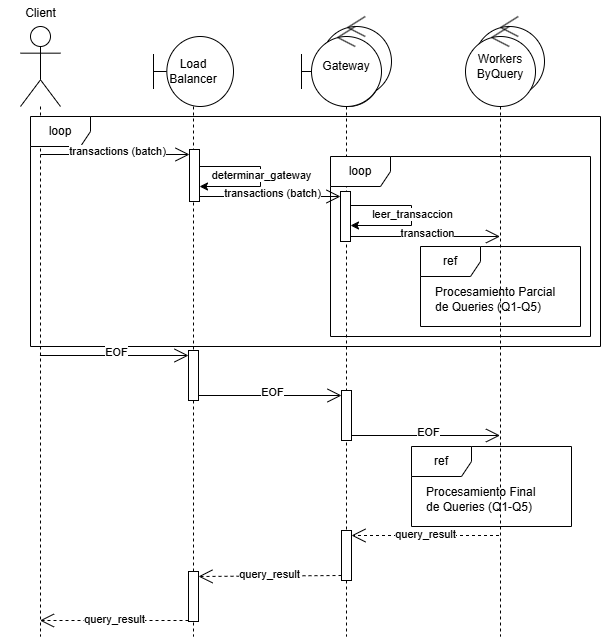
This is docs/diagramas/diagrama_secuencia.png from LucianaLarrosa/tp-distribuidos-moneylaundering, a draw.io export, as it was before one commit. Source tidied: cells renumbered, new cells last; positions are measured from the earlier drawing's top-left corner, leaving out a move shared by most shapes.
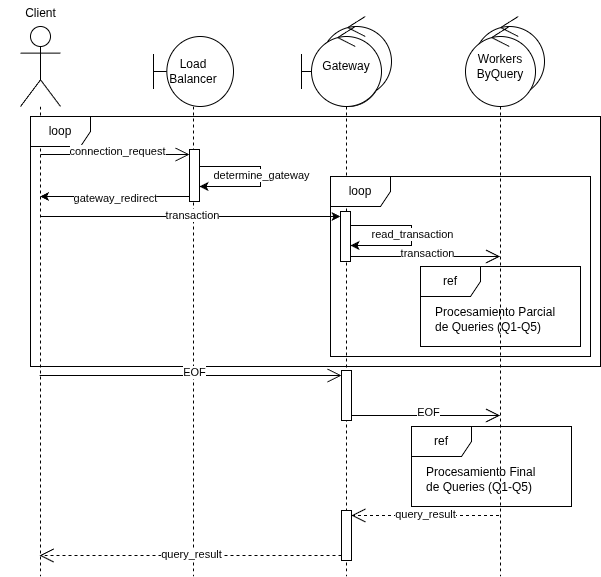
After the change.

Diff of the diagram source:
```diff
@@ -9,74 +9,84 @@
       <mxGeometry x="321" y="16" width="70" height="80" as="geometry" />
     </mxCell>
     <mxCell id="4" value=" " style="shape=umlLifeline;perimeter=lifelinePerimeter;whiteSpace=wrap;html=1;outlineConnect=0;portConstraint=eastwest;newEdgeStyle={&quot;curved&quot;:0,&quot;rounded&quot;:0};participant=umlActor;size=80;" parent="1" vertex="1">
-      <mxGeometry x="20" y="26" width="40" height="610" as="geometry" />
+      <mxGeometry x="20" y="26" width="40" height="550" as="geometry" />
     </mxCell>
     <mxCell id="5" value="&lt;span style=&quot;font-weight: normal;&quot;&gt;Client&lt;/span&gt;" style="text;align=center;fontStyle=1;verticalAlign=middle;spacingLeft=3;spacingRight=3;strokeColor=none;html=1;" parent="1" vertex="1">
       <mxGeometry width="80" height="26" as="geometry" />
     </mxCell>
     <mxCell id="6" value="&lt;font style=&quot;font-size: 12px;&quot;&gt;Gateway&lt;/font&gt;" style="shape=umlLifeline;perimeter=lifelinePerimeter;whiteSpace=wrap;html=1;newEdgeStyle={&quot;curved&quot;:0,&quot;rounded&quot;:0};participant=umlControl;fontSize=8;size=80;" parent="1" vertex="1">
-      <mxGeometry x="311" y="26" width="70" height="610" as="geometry" />
+      <mxGeometry x="311" y="26" width="70" height="550" as="geometry" />
     </mxCell>
     <mxCell id="7" style="html=1;points=[[0,0,0,0,5],[0,1,0,0,-5],[1,0,0,0,5],[1,1,0,0,-5]];perimeter=orthogonalPerimeter;outlineConnect=0;targetShapes=umlLifeline;portConstraint=eastwest;newEdgeStyle={&quot;curved&quot;:0,&quot;rounded&quot;:0};" parent="6" vertex="1">
-      <mxGeometry x="30" y="504" width="10" height="50" as="geometry" />
+      <mxGeometry x="30" y="484" width="10" height="50" as="geometry" />
     </mxCell>
     <mxCell id="8" style="html=1;points=[[0,0,0,0,5],[0,1,0,0,-5],[1,0,0,0,5],[1,1,0,0,-5]];perimeter=orthogonalPerimeter;outlineConnect=0;targetShapes=umlLifeline;portConstraint=eastwest;newEdgeStyle={&quot;curved&quot;:0,&quot;rounded&quot;:0};" parent="6" vertex="1">
-      <mxGeometry x="29" y="165" width="10" height="50" as="geometry" />
+      <mxGeometry x="29" y="185" width="10" height="50" as="geometry" />
     </mxCell>
     <mxCell id="9" style="edgeStyle=orthogonalEdgeStyle;rounded=0;orthogonalLoop=1;jettySize=auto;html=1;curved=0;" parent="6" edge="1">
       <mxGeometry relative="1" as="geometry">
-        <mxPoint x="39" y="179" as="sourcePoint" />
-        <mxPoint x="39" y="199" as="targetPoint" />
+        <mxPoint x="39" y="199" as="sourcePoint" />
+        <mxPoint x="39" y="219" as="targetPoint" />
         <Array as="points">
-          <mxPoint x="100" y="179" />
           <mxPoint x="100" y="199" />
+          <mxPoint x="100" y="219" />
         </Array>
       </mxGeometry>
     </mxCell>
-    <mxCell id="10" value="leer_transaccion" style="edgeLabel;html=1;align=center;verticalAlign=middle;" parent="9" vertex="1">
+    <mxCell id="10" value="read_transaction" style="edgeLabel;html=1;align=center;verticalAlign=middle;" parent="9" vertex="1">
       <mxGeometry x="-0.02" relative="1" as="geometry" />
     </mxCell>
     <mxCell id="11" value="&lt;font&gt;Load&lt;/font&gt;&lt;div&gt;&lt;font&gt;&lt;span style=&quot;background-color: transparent; color: light-dark(rgb(0, 0, 0), rgb(255, 255, 255));&quot;&gt;Balancer&lt;/span&gt;&lt;/font&gt;&lt;/div&gt;" style="shape=umlLifeline;perimeter=lifelinePerimeter;whiteSpace=wrap;html=1;newEdgeStyle={&quot;curved&quot;:0,&quot;rounded&quot;:0};participant=umlBoundary;size=70;align=center;verticalAlign=middle;" parent="1" vertex="1">
-      <mxGeometry x="153" y="36" width="80" height="600" as="geometry" />
+      <mxGeometry x="153" y="36" width="80" height="540" as="geometry" />
     </mxCell>
-    <mxCell id="12" style="html=1;points=[[0,0,0,0,5],[0,1,0,0,-5],[1,0,0,0,5],[1,1,0,0,-5]];perimeter=orthogonalPerimeter;outlineConnect=0;targetShapes=umlLifeline;portConstraint=eastwest;newEdgeStyle={&quot;curved&quot;:0,&quot;rounded&quot;:0};" parent="11" vertex="1">
-      <mxGeometry x="35" y="535" width="10" height="50" as="geometry" />
-    </mxCell>
     <mxCell id="13" style="ellipse;shape=umlControl;whiteSpace=wrap;html=1;verticalAlign=middle;" parent="1" vertex="1">
       <mxGeometry x="474" y="16" width="70" height="80" as="geometry" />
     </mxCell>
     <mxCell id="14" value="&lt;span style=&quot;font-size: 12px;&quot;&gt;Workers&lt;/span&gt;&lt;div&gt;&lt;span style=&quot;font-size: 12px;&quot;&gt;ByQuery&lt;/span&gt;&lt;/div&gt;" style="shape=umlLifeline;perimeter=lifelinePerimeter;whiteSpace=wrap;html=1;outlineConnect=0;portConstraint=eastwest;newEdgeStyle={&quot;curved&quot;:0,&quot;rounded&quot;:0};participant=umlControl;fontSize=8;size=80;" parent="1" vertex="1">
-      <mxGeometry x="465" y="26" width="70" height="610" as="geometry" />
+      <mxGeometry x="465" y="26" width="70" height="550" as="geometry" />
     </mxCell>
     <mxCell id="15" value="ref" style="shape=umlFrame;whiteSpace=wrap;html=1;" parent="1" vertex="1">
-      <mxGeometry x="420" y="246" width="160" height="80" as="geometry" />
+      <mxGeometry x="420" y="266" width="160" height="80" as="geometry" />
     </mxCell>
     <mxCell id="16" value="&lt;span style=&quot;font-weight: normal;&quot;&gt;Procesamiento Parcial&amp;nbsp;&lt;/span&gt;&lt;div&gt;&lt;span style=&quot;font-weight: normal;&quot;&gt;de Queries (Q1-Q5)&lt;/span&gt;&lt;/div&gt;" style="text;align=left;fontStyle=1;verticalAlign=middle;spacingLeft=3;spacingRight=3;strokeColor=none;html=1;" parent="1" vertex="1">
-      <mxGeometry x="430" y="286" width="140" height="26" as="geometry" />
+      <mxGeometry x="430" y="306" width="140" height="26" as="geometry" />
     </mxCell>
     <mxCell id="17" style="endArrow=open;endFill=1;endSize=12;html=1;rounded=0;entryX=1;entryY=0;entryDx=0;entryDy=5;entryPerimeter=0;dashed=1;" parent="1" edge="1" target="7">
       <mxGeometry relative="1" as="geometry">
-        <mxPoint x="498.5" y="535" as="sourcePoint" />
+        <mxPoint x="498.5" y="515" as="sourcePoint" />
       </mxGeometry>
     </mxCell>
     <mxCell id="18" value="query_result" style="edgeLabel;html=1;align=center;verticalAlign=middle;" parent="17" vertex="1">
       <mxGeometry y="-2" relative="1" as="geometry" />
     </mxCell>
-    <mxCell id="19" style="endArrow=open;endFill=1;endSize=12;html=1;rounded=0;exitX=0;exitY=1;exitDx=0;exitDy=-5;exitPerimeter=0;dashed=1;entryX=1;entryY=0;entryDx=0;entryDy=5;entryPerimeter=0;" parent="1" edge="1" source="7" target="12">
-      <mxGeometry relative="1" as="geometry" />
+    <mxCell id="19" style="endArrow=open;endFill=1;endSize=12;html=1;rounded=0;exitX=0;exitY=1;exitDx=0;exitDy=-5;exitPerimeter=0;dashed=1;" parent="1" edge="1" source="7">
+      <mxGeometry relative="1" as="geometry">
+        <mxPoint x="39.2" y="555" as="targetPoint" />
+      </mxGeometry>
     </mxCell>
     <mxCell id="20" value="query_result" style="edgeLabel;html=1;align=center;verticalAlign=middle;" parent="19" vertex="1">
       <mxGeometry y="-2" relative="1" as="geometry" />
     </mxCell>
     <mxCell id="21" value="loop" style="shape=umlFrame;whiteSpace=wrap;html=1;" parent="1" vertex="1">
-      <mxGeometry x="30" y="116" width="570" height="230" as="geometry" />
+      <mxGeometry x="30" y="116" width="570" height="250" as="geometry" />
     </mxCell>
     <mxCell id="22" value="ref" style="shape=umlFrame;whiteSpace=wrap;html=1;" parent="1" vertex="1">
-      <mxGeometry x="411" y="446" width="160" height="80" as="geometry" />
+      <mxGeometry x="411" y="426" width="160" height="80" as="geometry" />
     </mxCell>
     <mxCell id="23" value="&lt;span style=&quot;font-weight: normal;&quot;&gt;Procesamiento&amp;nbsp;&lt;/span&gt;&lt;span style=&quot;font-weight: normal;&quot;&gt;Final&amp;nbsp;&lt;/span&gt;&lt;div&gt;&lt;span style=&quot;font-weight: normal;&quot;&gt;de Queries (Q1-Q5)&lt;/span&gt;&lt;/div&gt;" style="text;align=left;fontStyle=1;verticalAlign=middle;spacingLeft=3;spacingRight=3;strokeColor=none;html=1;" parent="1" vertex="1">
-      <mxGeometry x="421" y="486" width="140" height="26" as="geometry" />
+      <mxGeometry x="421" y="466" width="140" height="26" as="geometry" />
     </mxCell>
+    <mxCell id="44" style="edgeStyle=orthogonalEdgeStyle;rounded=0;jettySize=auto;html=1;curved=0;exitX=0;exitY=1;exitDx=0;exitDy=-5;exitPerimeter=0;" parent="1" edge="1" source="24" target="4">
+      <mxGeometry relative="1" as="geometry">
+        <Array as="points">
+          <mxPoint x="90" y="196" />
+          <mxPoint x="90" y="196" />
+        </Array>
+      </mxGeometry>
+    </mxCell>
+    <mxCell id="45" value="gateway_redirect" style="edgeLabel;html=1;align=center;verticalAlign=middle;" parent="44" vertex="1">
+      <mxGeometry x="0.01" y="1" relative="1" as="geometry" />
+    </mxCell>
     <mxCell id="24" style="html=1;points=[[0,0,0,0,5],[0,1,0,0,-5],[1,0,0,0,5],[1,1,0,0,-5]];perimeter=orthogonalPerimeter;outlineConnect=0;targetShapes=umlLifeline;portConstraint=eastwest;newEdgeStyle={&quot;curved&quot;:0,&quot;rounded&quot;:0};" parent="1" vertex="1">
       <mxGeometry x="189" y="149" width="10" height="52" as="geometry" />
     </mxCell>
@@ -85,58 +95,36 @@
         <mxPoint x="40" y="154" as="sourcePoint" />
       </mxGeometry>
     </mxCell>
-    <mxCell id="26" value="transactions (batch)" style="edgeLabel;html=1;align=center;verticalAlign=middle;" parent="25" vertex="1">
+    <mxCell id="26" value="connection_request" style="edgeLabel;html=1;align=center;verticalAlign=middle;" parent="25" vertex="1">
       <mxGeometry x="0.02" y="4" relative="1" as="geometry" />
     </mxCell>
-    <mxCell id="27" style="endArrow=open;endFill=1;endSize=12;html=1;rounded=0;entryX=0;entryY=0;entryDx=0;entryDy=5;entryPerimeter=0;exitX=1;exitY=1;exitDx=0;exitDy=-5;exitPerimeter=0;" parent="1" edge="1" source="24" target="8">
-      <mxGeometry relative="1" as="geometry" />
-    </mxCell>
-    <mxCell id="28" value="transactions (batch)" style="edgeLabel;html=1;align=center;verticalAlign=middle;" parent="27" vertex="1">
-      <mxGeometry x="0.02" y="4" relative="1" as="geometry" />
-    </mxCell>
-    <mxCell id="29" style="endArrow=open;endFill=1;endSize=12;html=1;rounded=0;exitX=1;exitY=1;exitDx=0;exitDy=-5;exitPerimeter=0;" parent="1" edge="1" source="8" target="14">
-      <mxGeometry relative="1" as="geometry" />
+    <mxCell id="29" style="endArrow=open;endFill=1;endSize=12;html=1;rounded=0;exitX=1;exitY=1;exitDx=0;exitDy=-5;exitPerimeter=0;" parent="1" edge="1" source="8">
+      <mxGeometry relative="1" as="geometry">
+        <mxPoint x="499.5" y="256" as="targetPoint" />
+      </mxGeometry>
     </mxCell>
     <mxCell id="30" value="transaction" style="edgeLabel;html=1;align=center;verticalAlign=middle;" parent="29" vertex="1">
       <mxGeometry x="0.02" y="4" relative="1" as="geometry" />
     </mxCell>
     <mxCell id="31" style="html=1;points=[[0,0,0,0,5],[0,1,0,0,-5],[1,0,0,0,5],[1,1,0,0,-5]];perimeter=orthogonalPerimeter;outlineConnect=0;targetShapes=umlLifeline;portConstraint=eastwest;newEdgeStyle={&quot;curved&quot;:0,&quot;rounded&quot;:0};" parent="1" vertex="1">
-      <mxGeometry x="341" y="390" width="10" height="50" as="geometry" />
+      <mxGeometry x="341" y="370" width="10" height="50" as="geometry" />
     </mxCell>
-    <mxCell id="32" style="html=1;points=[[0,0,0,0,5],[0,1,0,0,-5],[1,0,0,0,5],[1,1,0,0,-5]];perimeter=orthogonalPerimeter;outlineConnect=0;targetShapes=umlLifeline;portConstraint=eastwest;newEdgeStyle={&quot;curved&quot;:0,&quot;rounded&quot;:0};" parent="1" vertex="1">
-      <mxGeometry x="188" y="350" width="10" height="50" as="geometry" />
-    </mxCell>
-    <mxCell id="33" style="endArrow=open;endFill=1;endSize=12;html=1;rounded=0;entryX=0;entryY=0;entryDx=0;entryDy=5;entryPerimeter=0;" parent="1" edge="1" target="32">
-      <mxGeometry relative="1" as="geometry">
-        <mxPoint x="39.4" y="355" as="sourcePoint" />
-      </mxGeometry>
-    </mxCell>
-    <mxCell id="34" value="EOF" style="edgeLabel;html=1;align=center;verticalAlign=middle;" parent="33" vertex="1">
-      <mxGeometry x="0.02" y="4" relative="1" as="geometry" />
-    </mxCell>
-    <mxCell id="35" style="endArrow=open;endFill=1;endSize=12;html=1;rounded=0;exitX=1;exitY=1;exitDx=0;exitDy=-5;exitPerimeter=0;entryX=0;entryY=0;entryDx=0;entryDy=5;entryPerimeter=0;" parent="1" edge="1" source="32" target="31">
-      <mxGeometry relative="1" as="geometry" />
+    <mxCell id="35" style="endArrow=open;endFill=1;endSize=12;html=1;rounded=0;entryX=0;entryY=0;entryDx=0;entryDy=5;entryPerimeter=0;" parent="1" edge="1" target="31">
+      <mxGeometry relative="1" as="geometry">
+        <mxPoint x="39.2" y="375" as="sourcePoint" />
+      </mxGeometry>
     </mxCell>
     <mxCell id="36" value="EOF" style="edgeLabel;html=1;align=center;verticalAlign=middle;" parent="35" vertex="1">
       <mxGeometry x="0.02" y="4" relative="1" as="geometry" />
     </mxCell>
     <mxCell id="37" style="endArrow=open;endFill=1;endSize=12;html=1;rounded=0;exitX=1;exitY=1;exitDx=0;exitDy=-5;exitPerimeter=0;" parent="1" edge="1" source="31">
       <mxGeometry relative="1" as="geometry">
-        <mxPoint x="499.5" y="435" as="targetPoint" />
+        <mxPoint x="499.5" y="415" as="targetPoint" />
       </mxGeometry>
     </mxCell>
     <mxCell id="38" value="EOF" style="edgeLabel;html=1;align=center;verticalAlign=middle;" parent="37" vertex="1">
       <mxGeometry x="0.02" y="4" relative="1" as="geometry" />
     </mxCell>
-    <mxCell id="39" style="endArrow=open;endFill=1;endSize=12;html=1;rounded=0;exitX=0;exitY=1;exitDx=0;exitDy=-5;exitPerimeter=0;dashed=1;" parent="1" edge="1">
-      <mxGeometry relative="1" as="geometry">
-        <mxPoint x="188" y="620" as="sourcePoint" />
-        <mxPoint x="39.4" y="620" as="targetPoint" />
-      </mxGeometry>
-    </mxCell>
-    <mxCell id="40" value="query_result" style="edgeLabel;html=1;align=center;verticalAlign=middle;" parent="39" vertex="1">
-      <mxGeometry y="-2" relative="1" as="geometry" />
-    </mxCell>
     <mxCell id="41" style="edgeStyle=orthogonalEdgeStyle;rounded=0;orthogonalLoop=1;jettySize=auto;html=1;curved=0;" parent="1" edge="1" source="24" target="24">
       <mxGeometry relative="1" as="geometry">
         <Array as="points">
@@ -145,11 +133,23 @@
         </Array>
       </mxGeometry>
     </mxCell>
-    <mxCell id="42" value="determinar_gateway" style="edgeLabel;html=1;align=center;verticalAlign=middle;" parent="41" vertex="1">
+    <mxCell id="42" value="determine_gateway" style="edgeLabel;html=1;align=center;verticalAlign=middle;" parent="41" vertex="1">
       <mxGeometry x="-0.02" relative="1" as="geometry" />
     </mxCell>
     <mxCell id="43" value="loop" style="shape=umlFrame;whiteSpace=wrap;html=1;" parent="1" vertex="1">
-      <mxGeometry x="330" y="156" width="260" height="180" as="geometry" />
+      <mxGeometry x="330" y="176" width="260" height="180" as="geometry" />
     </mxCell>
+    <mxCell id="46" style="edgeStyle=orthogonalEdgeStyle;rounded=0;jettySize=auto;html=1;curved=0;exitX=0;exitY=0;exitDx=0;exitDy=5;exitPerimeter=0;startArrow=classic;startFill=1;endArrow=none;endFill=0;" parent="1" edge="1" source="8">
+      <mxGeometry relative="1" as="geometry">
+        <mxPoint x="39.8" y="216" as="targetPoint" />
+        <Array as="points">
+          <mxPoint x="110" y="216" />
+          <mxPoint x="110" y="216" />
+        </Array>
+      </mxGeometry>
+    </mxCell>
+    <mxCell id="47" value="transaction" style="edgeLabel;html=1;align=center;verticalAlign=middle;" parent="46" vertex="1">
+      <mxGeometry x="-0.01" y="-2" relative="1" as="geometry" />
+    </mxCell>
   </root>
 </mxGraphModel>
```
